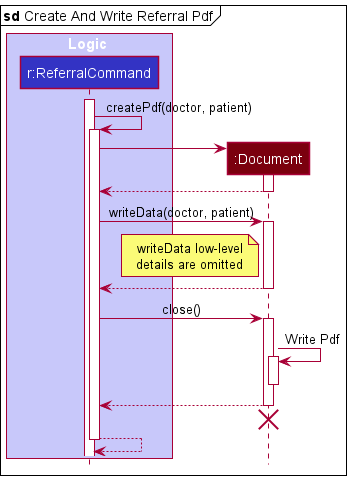
Earlier version of the PlantUML export docs/images/referral/ReferralCommandWriteFile.png (simonjulianl/tp).
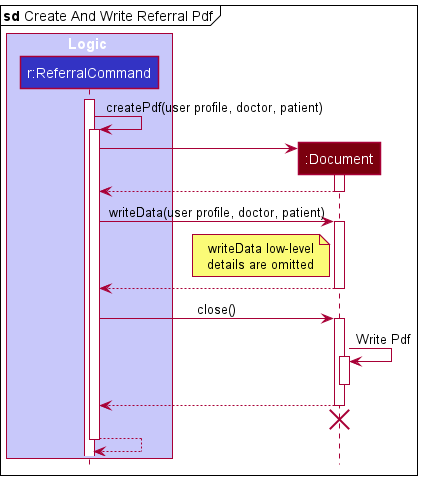
The same diagram one commit later.

Commit message:
Update the diagram about user profile

What changed in the source:
```diff
@@ -9,14 +9,14 @@
 participant ":Document" as Document MODEL_COLOR_T3
 
 activate ReferralCommand
-ReferralCommand -> ReferralCommand : createPdf(doctor, patient)
+ReferralCommand -> ReferralCommand : createPdf(user profile, doctor, patient)
 activate ReferralCommand
 create Document
 ReferralCommand -> Document
 activate Document
 return
 
-ReferralCommand -> Document: writeData(doctor, patient)
+ReferralCommand -> Document: writeData(user profile, doctor, patient)
 
 note left of Document
   writeData low-level
```
